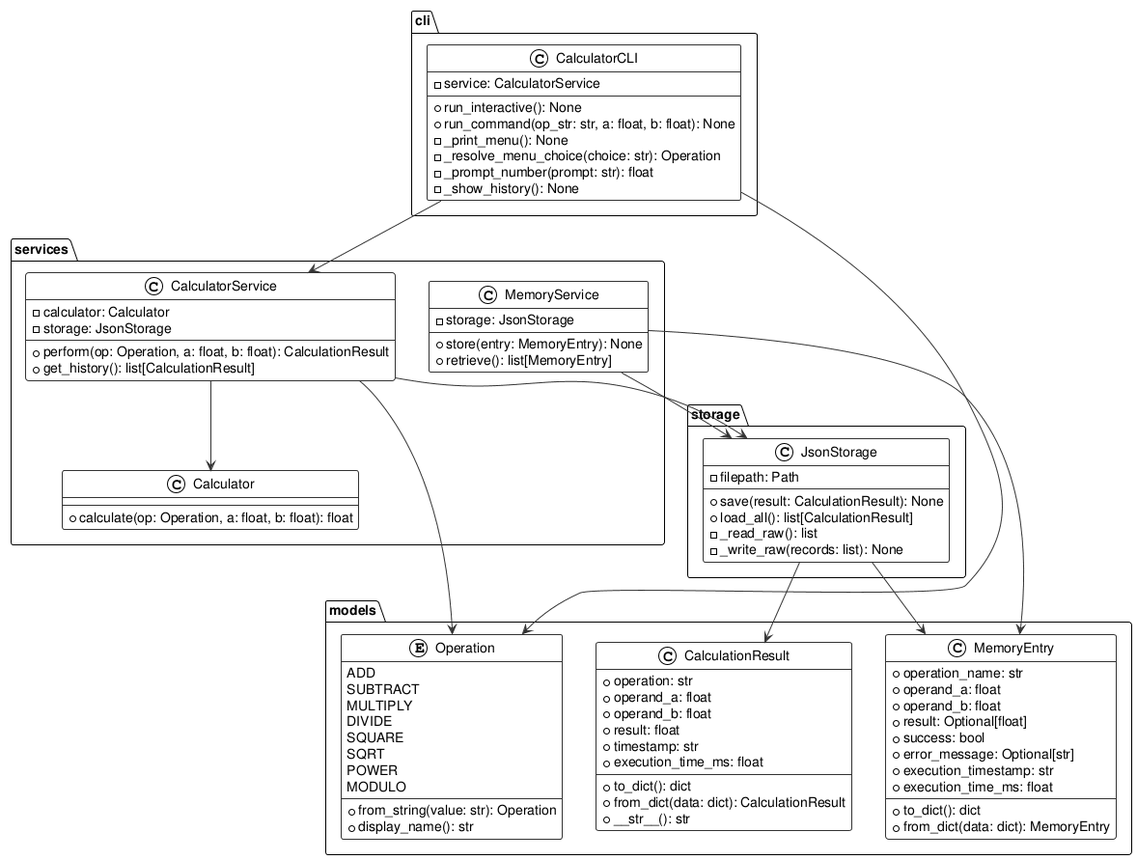
Before: experiments/broadcast/structured_text/calculator/artifacts/class_diagram.png, a diagram exported from PlantUML (DanielRiha8906/Software_autoevolution_using_agents).
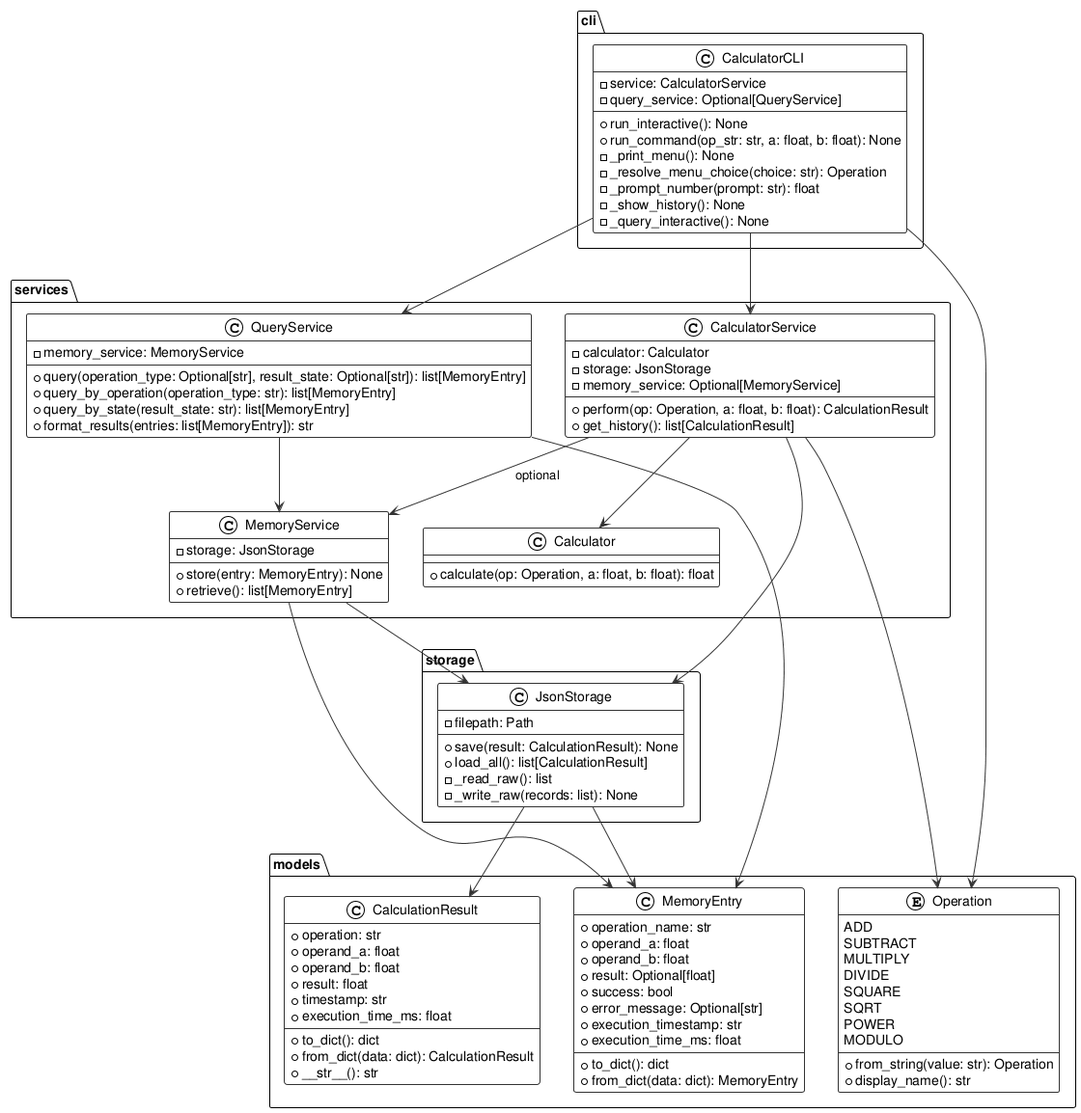
Later version of the same file.

Change to the diagram source:
```diff
@@ -56,6 +56,7 @@
   class CalculatorService {
     -calculator: Calculator
     -storage: JsonStorage
+    -memory_service: Optional[MemoryService]
     --
     +perform(op: Operation, a: float, b: float): CalculationResult
     +get_history(): list[CalculationResult]
@@ -66,6 +67,15 @@
     --
     +store(entry: MemoryEntry): None
     +retrieve(): list[MemoryEntry]
+  }
+
+  class QueryService {
+    -memory_service: MemoryService
+    --
+    +query(operation_type: Optional[str], result_state: Optional[str]): list[MemoryEntry]
+    +query_by_operation(operation_type: str): list[MemoryEntry]
+    +query_by_state(result_state: str): list[MemoryEntry]
+    +format_results(entries: list[MemoryEntry]): str
   }
 }
 
@@ -83,6 +93,7 @@
 package "cli" {
   class CalculatorCLI {
     -service: CalculatorService
+    -query_service: Optional[QueryService]
     --
     +run_interactive(): None
     +run_command(op_str: str, a: float, b: float): None
@@ -90,17 +101,23 @@
     -_resolve_menu_choice(choice: str): Operation
     -_prompt_number(prompt: str): float
     -_show_history(): None
+    -_query_interactive(): None
   }
 }
 
 CalculatorService --> Calculator
 CalculatorService --> JsonStorage
 CalculatorService --> Operation
+CalculatorService --> MemoryService : optional
 
 MemoryService --> JsonStorage
 MemoryService --> MemoryEntry
 
+QueryService --> MemoryService
+QueryService --> MemoryEntry
+
 CalculatorCLI --> CalculatorService
+CalculatorCLI --> QueryService
 CalculatorCLI --> Operation
 
 JsonStorage --> CalculationResult
```
